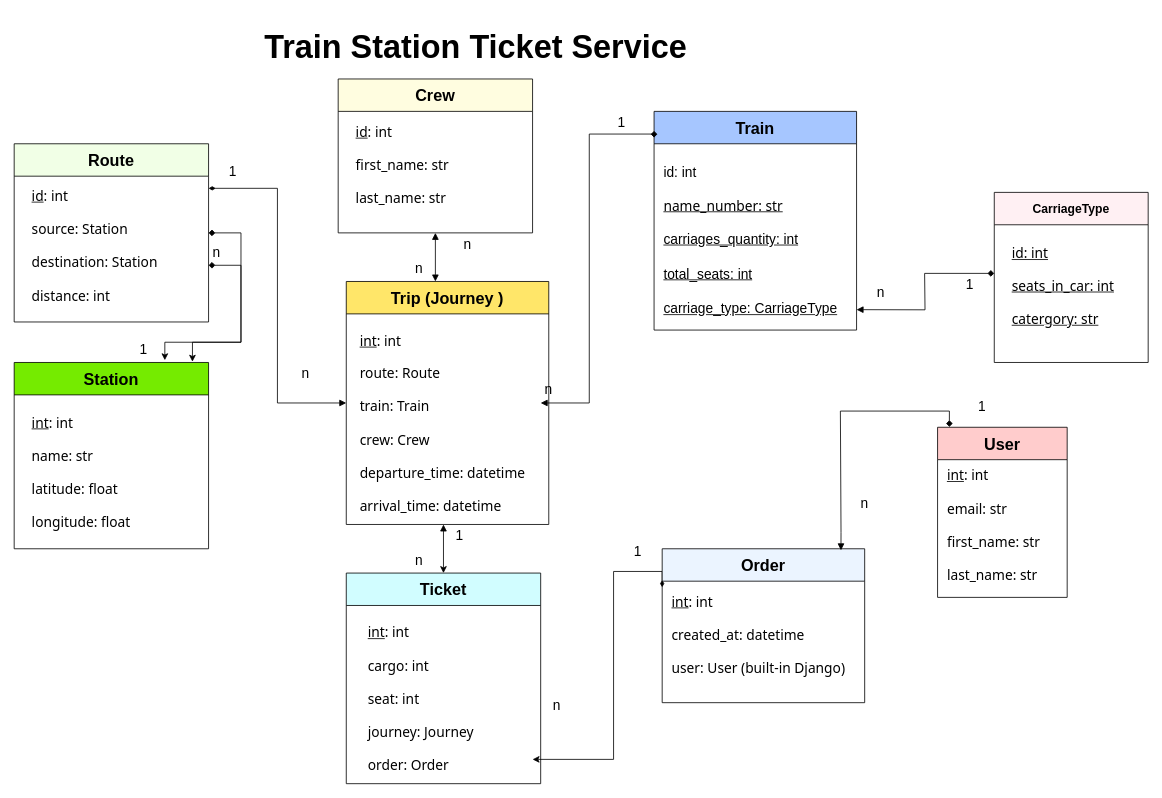
Above: train-ticket-service_diagram.drawio in julia4406/train-ticket-service (draw.io), before the change. Source tidied: cells renumbered, new cells numbered last; positions are measured from the earlier drawing's top-left corner, leaving out a move shared by most shapes. Both pictures are drawn from the tidied source at 81%, with x=0, y=0 at pixel (14, 14).
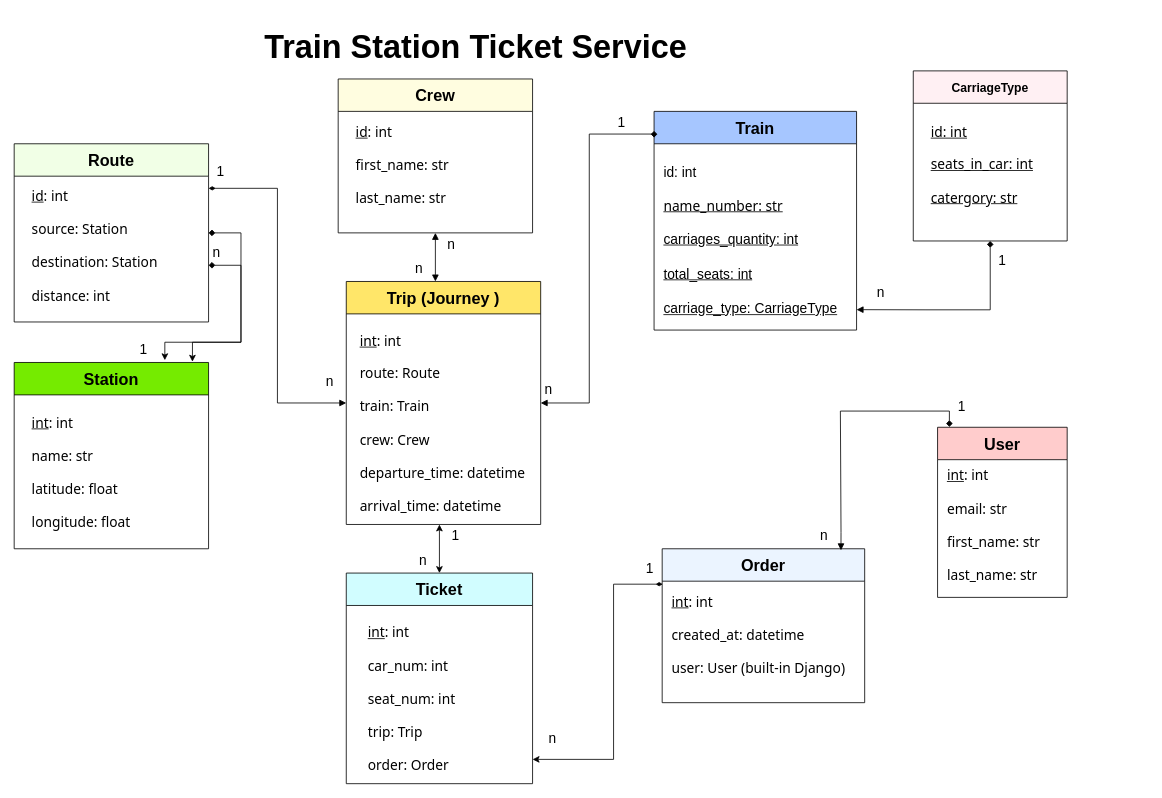
The same diagram, later.

Unchanged cells that the change refers to:
```xml
<mxCell id="19" value="&lt;font style=&quot;font-size: 20px;&quot;&gt;Order&lt;/font&gt;" style="swimlane;whiteSpace=wrap;html=1;fontSize=15;startSize=40;fillColor=#EBF4FF;" parent="1" vertex="1">
  <mxGeometry x="800" y="660" width="250" height="190" as="geometry" />
</mxCell>
```

Diff of the diagram source:
```diff
@@
-    <mxCell id="4" style="edgeStyle=none;rounded=0;orthogonalLoop=1;jettySize=auto;html=1;startArrow=diamond;startFill=1;endArrow=block;endFill=1;entryX=1.023;entryY=0.799;entryDx=0;entryDy=0;entryPerimeter=0;" parent="1" edge="1">
+    <mxCell id="4" style="edgeStyle=none;rounded=0;jettySize=auto;html=1;startArrow=diamond;startFill=1;endArrow=block;endFill=1;entryX=1.023;entryY=0.799;entryDx=0;entryDy=0;entryPerimeter=0;exitX=0.5;exitY=1;exitDx=0;exitDy=0;" parent="1" edge="1" source="5">
       <mxGeometry relative="1" as="geometry">
-        <mxPoint x="1210" y="320" as="sourcePoint" />
         <mxPoint x="1040" y="364.8" as="targetPoint" />
         <Array as="points">
-          <mxPoint x="1124" y="320" />
+          <mxPoint x="1205" y="365" />
           <mxPoint x="1124.5" y="365" />
         </Array>
       </mxGeometry>
     </mxCell>
     <mxCell id="5" value="CarriageType" style="swimlane;whiteSpace=wrap;html=1;fontSize=15;startSize=40;fillColor=#FFF0F3;" parent="1" vertex="1">
-      <mxGeometry x="1210" y="220" width="190" height="210" as="geometry" />
+      <mxGeometry x="1110" y="70" width="190" height="210" as="geometry" />
     </mxCell>
@@
-    <mxCell id="15" style="edgeStyle=none;rounded=0;jettySize=auto;html=1;elbow=vertical;startArrow=block;startFill=1;entryX=0.5;entryY=0;entryDx=0;entryDy=0;" parent="1" edge="1" target="39">
-      <mxGeometry relative="1" as="geometry">
-        <mxPoint x="530" y="630" as="sourcePoint" />
-      </mxGeometry>
-    </mxCell>
     <mxCell id="16" value="&lt;font style=&quot;font-size: 20px;&quot;&gt;Trip (&lt;/font&gt;&lt;font style=&quot;font-size: 20px;&quot;&gt;Journey &lt;/font&gt;&lt;font style=&quot;font-size: 20px;&quot;&gt;)&lt;/font&gt;" style="swimlane;whiteSpace=wrap;html=1;fontSize=15;startSize=40;fillColor=#FFE669;" parent="1" vertex="1">
-      <mxGeometry x="410" y="330" width="250" height="300" as="geometry" />
+      <mxGeometry x="410" y="330" width="240" height="300" as="geometry" />
     </mxCell>
@@
-    <mxCell id="18" style="edgeStyle=orthogonalEdgeStyle;rounded=0;jettySize=auto;html=1;exitX=0;exitY=0.25;exitDx=0;exitDy=0;startArrow=diamondThin;startFill=1;" parent="1" edge="1" source="19">
+    <mxCell id="18" style="edgeStyle=orthogonalEdgeStyle;rounded=0;jettySize=auto;html=1;exitX=0.003;exitY=0.23;exitDx=0;exitDy=0;startArrow=diamondThin;startFill=1;exitPerimeter=0;strokeWidth=1;endSize=6;jumpSize=6;" parent="1" edge="1" source="19">
       <mxGeometry relative="1" as="geometry">
         <mxPoint x="640" y="920" as="targetPoint" />
         <Array as="points">
-          <mxPoint x="800" y="688" />
-          <mxPoint x="740" y="688" />
+          <mxPoint x="740" y="704" />
           <mxPoint x="740" y="920" />
-          <mxPoint x="640" y="920" />
         </Array>
       </mxGeometry>
     </mxCell>
@@
     <mxCell id="22" value="&lt;font style=&quot;font-size: 17px;&quot;&gt;1&lt;/font&gt;" style="text;strokeColor=none;align=center;fillColor=none;html=1;verticalAlign=middle;whiteSpace=wrap;rounded=0;" parent="1" vertex="1">
-      <mxGeometry x="1150" y="320" width="60" height="30" as="geometry" />
+      <mxGeometry x="1210" y="290" width="20" height="30" as="geometry" />
     </mxCell>
     <mxCell id="23" value="&lt;font style=&quot;font-size: 17px;&quot;&gt;n&lt;/font&gt;" style="text;strokeColor=none;align=center;fillColor=none;html=1;verticalAlign=middle;whiteSpace=wrap;rounded=0;" parent="1" vertex="1">
-      <mxGeometry x="640" y="840" width="60" height="30" as="geometry" />
+      <mxGeometry x="650" y="880" width="30" height="30" as="geometry" />
     </mxCell>
     <mxCell id="24" value="&lt;font style=&quot;font-size: 17px;&quot;&gt;1&lt;/font&gt;" style="text;strokeColor=none;align=center;fillColor=none;html=1;verticalAlign=middle;whiteSpace=wrap;rounded=0;" parent="1" vertex="1">
-      <mxGeometry x="740" y="650" width="60" height="30" as="geometry" />
+      <mxGeometry x="770" y="670" width="30" height="30" as="geometry" />
     </mxCell>
     <mxCell id="25" value="&lt;font style=&quot;font-size: 17px;&quot;&gt;n&lt;/font&gt;" style="text;strokeColor=none;align=center;fillColor=none;html=1;verticalAlign=middle;whiteSpace=wrap;rounded=0;" parent="1" vertex="1">
-      <mxGeometry x="530" y="270" width="60" height="30" as="geometry" />
+      <mxGeometry x="520" y="270" width="40" height="30" as="geometry" />
     </mxCell>
@@
     <mxCell id="30" value="&lt;font style=&quot;font-size: 17px;&quot;&gt;n&lt;/font&gt;" style="text;strokeColor=none;align=center;fillColor=none;html=1;verticalAlign=middle;whiteSpace=wrap;rounded=0;" parent="1" vertex="1">
-      <mxGeometry x="330" y="430" width="60" height="30" as="geometry" />
+      <mxGeometry x="380" y="440" width="20" height="30" as="geometry" />
     </mxCell>
     <mxCell id="31" value="&lt;font style=&quot;font-size: 17px;&quot;&gt;1&lt;/font&gt;" style="text;strokeColor=none;align=center;fillColor=none;html=1;verticalAlign=middle;whiteSpace=wrap;rounded=0;" parent="1" vertex="1">
-      <mxGeometry x="240" y="180" width="60" height="30" as="geometry" />
+      <mxGeometry x="240" y="180" width="30" height="30" as="geometry" />
     </mxCell>
@@
     <mxCell id="37" value="&lt;font style=&quot;font-size: 17px;&quot;&gt;1&lt;/font&gt;" style="text;strokeColor=none;align=center;fillColor=none;html=1;verticalAlign=middle;whiteSpace=wrap;rounded=0;" parent="1" vertex="1">
-      <mxGeometry x="520" y="630" width="60" height="30" as="geometry" />
+      <mxGeometry x="530" y="630" width="30" height="30" as="geometry" />
     </mxCell>
     <mxCell id="38" value="&lt;font style=&quot;font-size: 17px;&quot;&gt;n&lt;/font&gt;" style="text;strokeColor=none;align=center;fillColor=none;html=1;verticalAlign=middle;whiteSpace=wrap;rounded=0;" parent="1" vertex="1">
-      <mxGeometry x="470" y="660" width="60" height="30" as="geometry" />
+      <mxGeometry x="490" y="660" width="30" height="30" as="geometry" />
     </mxCell>
+    <mxCell id="46" style="edgeStyle=none;rounded=0;jettySize=auto;html=1;exitX=0.5;exitY=0;exitDx=0;exitDy=0;startArrow=classic;startFill=1;" parent="1" edge="1" source="39">
+      <mxGeometry relative="1" as="geometry">
+        <mxPoint x="525" y="630" as="targetPoint" />
+      </mxGeometry>
+    </mxCell>
     <mxCell id="39" value="&lt;font style=&quot;font-size: 20px;&quot;&gt;Ticket&lt;/font&gt;" style="swimlane;whiteSpace=wrap;html=1;fontSize=15;startSize=40;fillColor=#D1FDFF;" parent="1" vertex="1">
-      <mxGeometry x="410" y="690" width="240" height="260" as="geometry" />
+      <mxGeometry x="410" y="690" width="230" height="260" as="geometry" />
     </mxCell>
-    <mxCell id="40" value="&lt;div&gt;&lt;u&gt;int&lt;/u&gt;: int&lt;/div&gt;&lt;div&gt;&lt;span style=&quot;background-color: initial;&quot;&gt;&lt;br&gt;&lt;/span&gt;&lt;/div&gt;&lt;div&gt;cargo: int&lt;/div&gt;&lt;div&gt;&lt;br&gt;&lt;/div&gt;&lt;div&gt;seat: int&lt;/div&gt;&lt;div&gt;&lt;br&gt;&lt;/div&gt;&lt;div&gt;journey: Journey&lt;/div&gt;&lt;div&gt;&lt;br&gt;&lt;/div&gt;&lt;div&gt;order: Order&lt;/div&gt;" style="text;html=1;align=left;verticalAlign=bottom;strokeColor=none;fillColor=none;fontSize=17;horizontal=1;fontFamily=Tahoma;" parent="39" vertex="1">
-      <mxGeometry x="25" y="50" width="150" height="200" as="geometry" />
+    <mxCell id="40" value="&lt;div&gt;&lt;u&gt;int&lt;/u&gt;: int&lt;/div&gt;&lt;div&gt;&lt;span style=&quot;background-color: initial;&quot;&gt;&lt;br&gt;&lt;/span&gt;&lt;/div&gt;&lt;div&gt;car_num: int&lt;/div&gt;&lt;div&gt;&lt;br&gt;&lt;/div&gt;&lt;div&gt;seat_num: int&lt;/div&gt;&lt;div&gt;&lt;br&gt;&lt;/div&gt;&lt;div&gt;trip: Trip&lt;/div&gt;&lt;div&gt;&lt;br&gt;&lt;/div&gt;&lt;div&gt;order: Order&lt;/div&gt;" style="text;html=1;align=left;verticalAlign=bottom;strokeColor=none;fillColor=none;fontSize=17;horizontal=1;fontFamily=Tahoma;" parent="39" vertex="1">
+      <mxGeometry x="25" y="50" width="130" height="200" as="geometry" />
     </mxCell>
@@
     <mxCell id="44" value="&lt;font style=&quot;font-size: 17px;&quot;&gt;1&lt;/font&gt;" style="text;strokeColor=none;align=center;fillColor=none;html=1;verticalAlign=middle;whiteSpace=wrap;rounded=0;" parent="1" vertex="1">
-      <mxGeometry x="1165" y="470" width="60" height="30" as="geometry" />
+      <mxGeometry x="1160" y="470" width="20" height="30" as="geometry" />
     </mxCell>
     <mxCell id="45" value="&lt;font style=&quot;font-size: 17px;&quot;&gt;n&lt;/font&gt;" style="text;strokeColor=none;align=center;fillColor=none;html=1;verticalAlign=middle;whiteSpace=wrap;rounded=0;" parent="1" vertex="1">
-      <mxGeometry x="1020" y="590" width="60" height="30" as="geometry" />
+      <mxGeometry x="980" y="630" width="40" height="30" as="geometry" />
     </mxCell>
```
